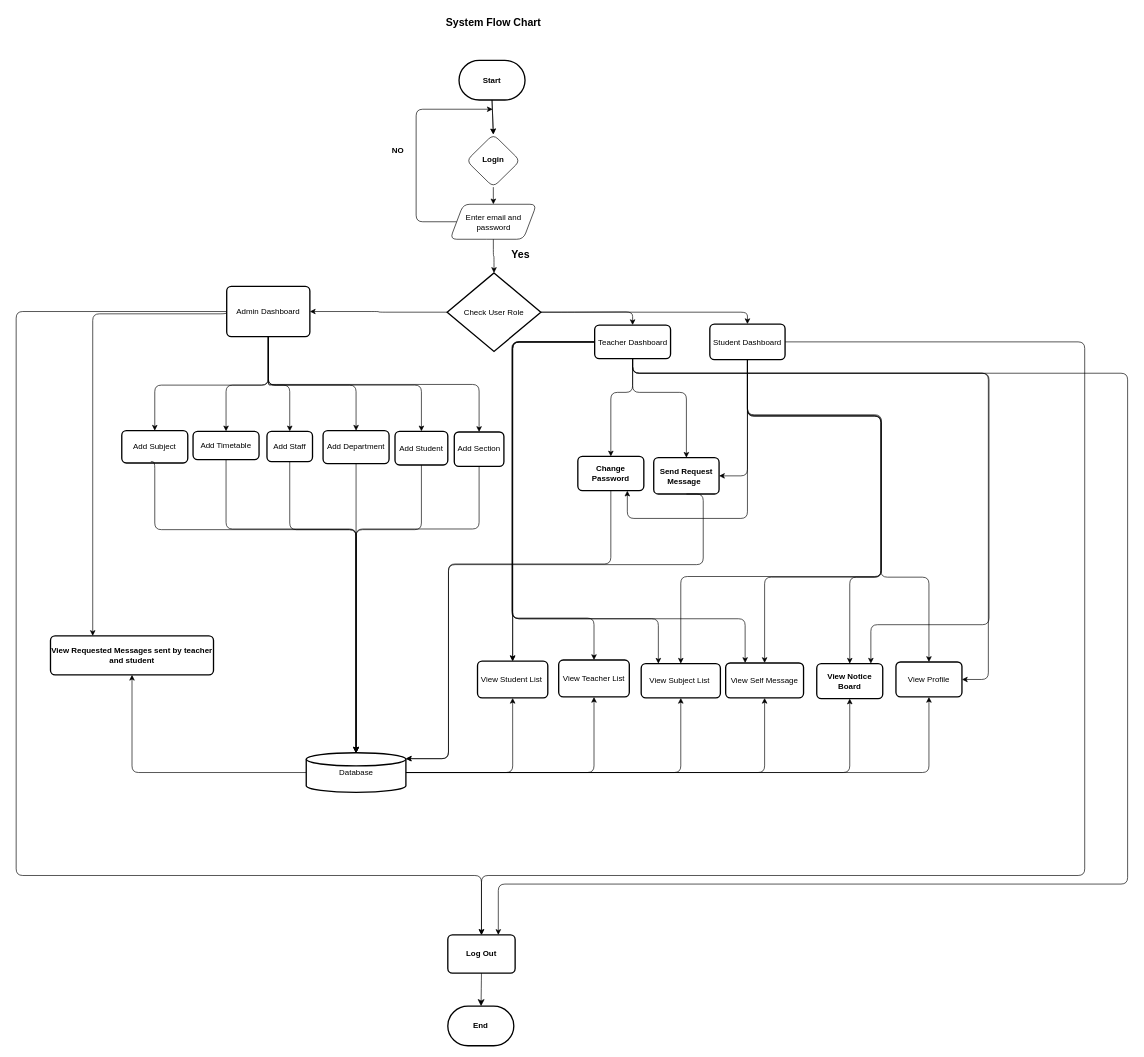
This is Untitled Diagram.drawio from KhunMaungNgwee/InternShipProject, a draw.io file, before an edit. Source tidied: cells renumbered, new cells numbered last; positions are measured from the earlier drawing's top-left corner, leaving out a move shared by most shapes. Both pictures are drawn from the tidied source at 66%, with x=0, y=0 at pixel (16, 11).
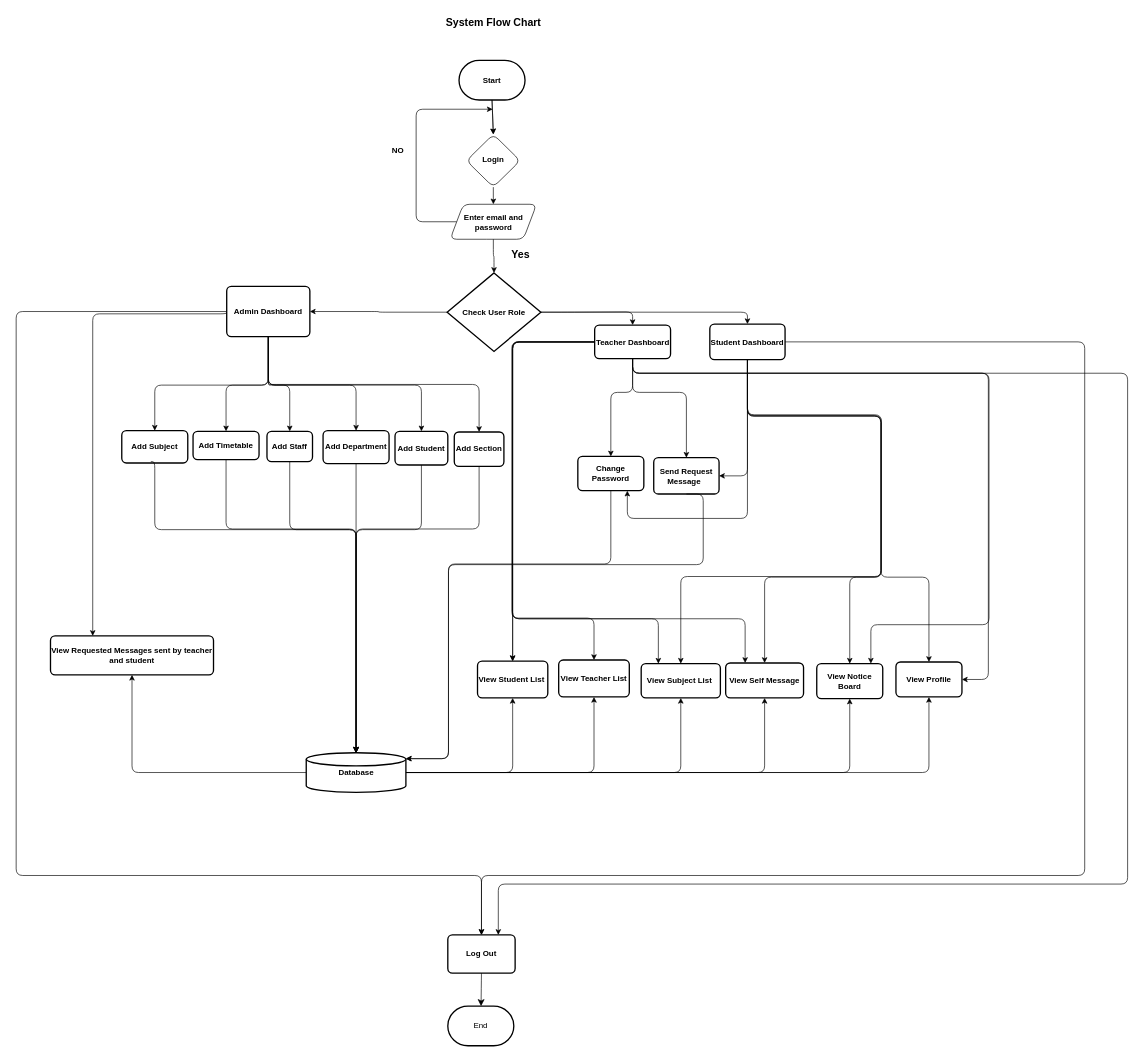
Above is the later version.

Diff of the diagram source:
```diff
@@
-    <mxCell id="13" value="&lt;b&gt;End&lt;/b&gt;" style="strokeWidth=2;html=1;shape=mxgraph.flowchart.terminator;whiteSpace=wrap;labelBackgroundColor=none;rounded=1;" parent="1" vertex="1">
+    <mxCell id="13" value="End" style="strokeWidth=2;html=1;shape=mxgraph.flowchart.terminator;whiteSpace=wrap;labelBackgroundColor=none;rounded=1;" parent="1" vertex="1">
       <mxGeometry x="654" y="1507" width="100" height="60" as="geometry" />
     </mxCell>
@@
-    <mxCell id="16" value="Enter email and password" style="shape=parallelogram;perimeter=parallelogramPerimeter;whiteSpace=wrap;html=1;fixedSize=1;labelBackgroundColor=none;rounded=1;" parent="1" vertex="1">
+    <mxCell id="16" value="&lt;b&gt;Enter email and password&lt;/b&gt;" style="shape=parallelogram;perimeter=parallelogramPerimeter;whiteSpace=wrap;html=1;fixedSize=1;labelBackgroundColor=none;rounded=1;" parent="1" vertex="1">
       <mxGeometry x="657.5" y="292" width="131" height="53" as="geometry" />
     </mxCell>
@@
-    <mxCell id="19" value="Add Subject" style="rounded=1;whiteSpace=wrap;html=1;absoluteArcSize=1;arcSize=14;strokeWidth=2;labelBackgroundColor=none;" parent="1" vertex="1">
+    <mxCell id="19" value="&lt;b&gt;Add Subject&lt;/b&gt;" style="rounded=1;whiteSpace=wrap;html=1;absoluteArcSize=1;arcSize=14;strokeWidth=2;labelBackgroundColor=none;" parent="1" vertex="1">
       <mxGeometry x="160" y="635" width="100" height="49" as="geometry" />
     </mxCell>
@@
-    <mxCell id="27" value="Database" style="strokeWidth=2;html=1;shape=mxgraph.flowchart.database;whiteSpace=wrap;labelBackgroundColor=none;rounded=1;" parent="1" vertex="1">
+    <mxCell id="27" value="&lt;b&gt;Database&lt;/b&gt;" style="strokeWidth=2;html=1;shape=mxgraph.flowchart.database;whiteSpace=wrap;labelBackgroundColor=none;rounded=1;" parent="1" vertex="1">
       <mxGeometry x="439.5" y="1123" width="151" height="60" as="geometry" />
     </mxCell>
-    <mxCell id="28" value="Add Department" style="rounded=1;whiteSpace=wrap;html=1;absoluteArcSize=1;arcSize=14;strokeWidth=2;labelBackgroundColor=none;" parent="1" vertex="1">
+    <mxCell id="28" value="&lt;b&gt;Add Department&lt;/b&gt;" style="rounded=1;whiteSpace=wrap;html=1;absoluteArcSize=1;arcSize=14;strokeWidth=2;labelBackgroundColor=none;" parent="1" vertex="1">
       <mxGeometry x="465" y="635" width="100" height="50" as="geometry" />
     </mxCell>
-    <mxCell id="29" value="Add Timetable" style="rounded=1;whiteSpace=wrap;html=1;absoluteArcSize=1;arcSize=14;strokeWidth=2;labelBackgroundColor=none;" parent="1" vertex="1">
+    <mxCell id="29" value="&lt;b&gt;Add Timetable&lt;/b&gt;" style="rounded=1;whiteSpace=wrap;html=1;absoluteArcSize=1;arcSize=14;strokeWidth=2;labelBackgroundColor=none;" parent="1" vertex="1">
       <mxGeometry x="268" y="636" width="100" height="43" as="geometry" />
     </mxCell>
-    <mxCell id="30" value="Add Student" style="rounded=1;whiteSpace=wrap;html=1;absoluteArcSize=1;arcSize=14;strokeWidth=2;labelBackgroundColor=none;" parent="1" vertex="1">
+    <mxCell id="30" value="&lt;b&gt;Add Student&lt;/b&gt;" style="rounded=1;whiteSpace=wrap;html=1;absoluteArcSize=1;arcSize=14;strokeWidth=2;labelBackgroundColor=none;" parent="1" vertex="1">
       <mxGeometry x="574" y="636" width="80" height="51" as="geometry" />
     </mxCell>
-    <mxCell id="31" value="Add Section" style="rounded=1;whiteSpace=wrap;html=1;absoluteArcSize=1;arcSize=14;strokeWidth=2;labelBackgroundColor=none;" parent="1" vertex="1">
+    <mxCell id="31" value="&lt;b&gt;Add Section&lt;/b&gt;" style="rounded=1;whiteSpace=wrap;html=1;absoluteArcSize=1;arcSize=14;strokeWidth=2;labelBackgroundColor=none;" parent="1" vertex="1">
       <mxGeometry x="663.8" y="637" width="75.2" height="52" as="geometry" />
     </mxCell>
-    <mxCell id="32" value="Add Staff" style="rounded=1;whiteSpace=wrap;html=1;absoluteArcSize=1;arcSize=14;strokeWidth=2;labelBackgroundColor=none;" parent="1" vertex="1">
+    <mxCell id="32" value="&lt;b&gt;Add Staff&lt;/b&gt;" style="rounded=1;whiteSpace=wrap;html=1;absoluteArcSize=1;arcSize=14;strokeWidth=2;labelBackgroundColor=none;" parent="1" vertex="1">
       <mxGeometry x="380" y="636" width="69" height="46" as="geometry" />
     </mxCell>
-    <mxCell id="33" value="View Student List&amp;nbsp;" style="rounded=1;whiteSpace=wrap;html=1;absoluteArcSize=1;arcSize=14;strokeWidth=2;labelBackgroundColor=none;" parent="1" vertex="1">
+    <mxCell id="33" value="&lt;b&gt;View Student List&amp;nbsp;&lt;/b&gt;" style="rounded=1;whiteSpace=wrap;html=1;absoluteArcSize=1;arcSize=14;strokeWidth=2;labelBackgroundColor=none;" parent="1" vertex="1">
       <mxGeometry x="699" y="984.2" width="106.5" height="55.8" as="geometry" />
     </mxCell>
-    <mxCell id="34" value="View Teacher List" style="rounded=1;whiteSpace=wrap;html=1;absoluteArcSize=1;arcSize=14;strokeWidth=2;labelBackgroundColor=none;" parent="1" vertex="1">
+    <mxCell id="34" value="&lt;b&gt;View Teacher List&lt;/b&gt;" style="rounded=1;whiteSpace=wrap;html=1;absoluteArcSize=1;arcSize=14;strokeWidth=2;labelBackgroundColor=none;" parent="1" vertex="1">
       <mxGeometry x="822" y="982.5" width="107" height="56" as="geometry" />
     </mxCell>
@@
-    <mxCell id="46" value="View Subject List&amp;nbsp;" style="rounded=1;whiteSpace=wrap;html=1;absoluteArcSize=1;arcSize=14;strokeWidth=2;labelBackgroundColor=none;" parent="1" vertex="1">
+    <mxCell id="46" value="&lt;b&gt;View Subject List&amp;nbsp;&lt;/b&gt;" style="rounded=1;whiteSpace=wrap;html=1;absoluteArcSize=1;arcSize=14;strokeWidth=2;labelBackgroundColor=none;" parent="1" vertex="1">
       <mxGeometry x="947" y="988" width="120" height="52" as="geometry" />
     </mxCell>
-    <mxCell id="47" value="View Self Message" style="rounded=1;whiteSpace=wrap;html=1;absoluteArcSize=1;arcSize=14;strokeWidth=2;labelBackgroundColor=none;" parent="1" vertex="1">
+    <mxCell id="47" value="&lt;b&gt;View Self Message&lt;/b&gt;" style="rounded=1;whiteSpace=wrap;html=1;absoluteArcSize=1;arcSize=14;strokeWidth=2;labelBackgroundColor=none;" parent="1" vertex="1">
       <mxGeometry x="1075" y="987" width="118" height="53" as="geometry" />
     </mxCell>
-    <mxCell id="48" value="View Profile" style="rounded=1;whiteSpace=wrap;html=1;absoluteArcSize=1;arcSize=14;strokeWidth=2;labelBackgroundColor=none;" parent="1" vertex="1">
+    <mxCell id="48" value="&lt;b&gt;View Profile&lt;/b&gt;" style="rounded=1;whiteSpace=wrap;html=1;absoluteArcSize=1;arcSize=14;strokeWidth=2;labelBackgroundColor=none;" parent="1" vertex="1">
       <mxGeometry x="1333" y="985.5" width="100" height="53" as="geometry" />
     </mxCell>
@@
-    <mxCell id="52" value="Admin Dashboard" style="rounded=1;whiteSpace=wrap;html=1;absoluteArcSize=1;arcSize=14;strokeWidth=2;labelBackgroundColor=none;" parent="1" vertex="1">
+    <mxCell id="52" value="&lt;b&gt;Admin Dashboard&lt;/b&gt;" style="rounded=1;whiteSpace=wrap;html=1;absoluteArcSize=1;arcSize=14;strokeWidth=2;labelBackgroundColor=none;" parent="1" vertex="1">
       <mxGeometry x="319" y="416.5" width="126" height="76" as="geometry" />
     </mxCell>
@@
-    <mxCell id="62" value="Teacher Dashboard" style="rounded=1;whiteSpace=wrap;html=1;absoluteArcSize=1;arcSize=14;strokeWidth=2;labelBackgroundColor=none;" parent="1" vertex="1">
+    <mxCell id="62" value="&lt;b&gt;Teacher Dashboard&lt;/b&gt;" style="rounded=1;whiteSpace=wrap;html=1;absoluteArcSize=1;arcSize=14;strokeWidth=2;labelBackgroundColor=none;" parent="1" vertex="1">
       <mxGeometry x="876.5" y="475" width="115" height="51" as="geometry" />
     </mxCell>
@@
-    <mxCell id="70" value="Student Dashboard" style="rounded=1;whiteSpace=wrap;html=1;absoluteArcSize=1;arcSize=14;strokeWidth=2;labelBackgroundColor=none;" parent="1" vertex="1">
+    <mxCell id="70" value="&lt;b&gt;Student Dashboard&lt;/b&gt;" style="rounded=1;whiteSpace=wrap;html=1;absoluteArcSize=1;arcSize=14;strokeWidth=2;labelBackgroundColor=none;" parent="1" vertex="1">
       <mxGeometry x="1051" y="473.5" width="114" height="54" as="geometry" />
     </mxCell>
@@
-    <mxCell id="73" value="Check User Role" style="strokeWidth=2;html=1;shape=mxgraph.flowchart.decision;whiteSpace=wrap;labelBackgroundColor=none;rounded=1;" parent="1" vertex="1">
+    <mxCell id="73" value="&lt;b&gt;Check User Role&lt;/b&gt;" style="strokeWidth=2;html=1;shape=mxgraph.flowchart.decision;whiteSpace=wrap;labelBackgroundColor=none;rounded=1;" parent="1" vertex="1">
       <mxGeometry x="653" y="396" width="142" height="119" as="geometry" />
     </mxCell>
```
